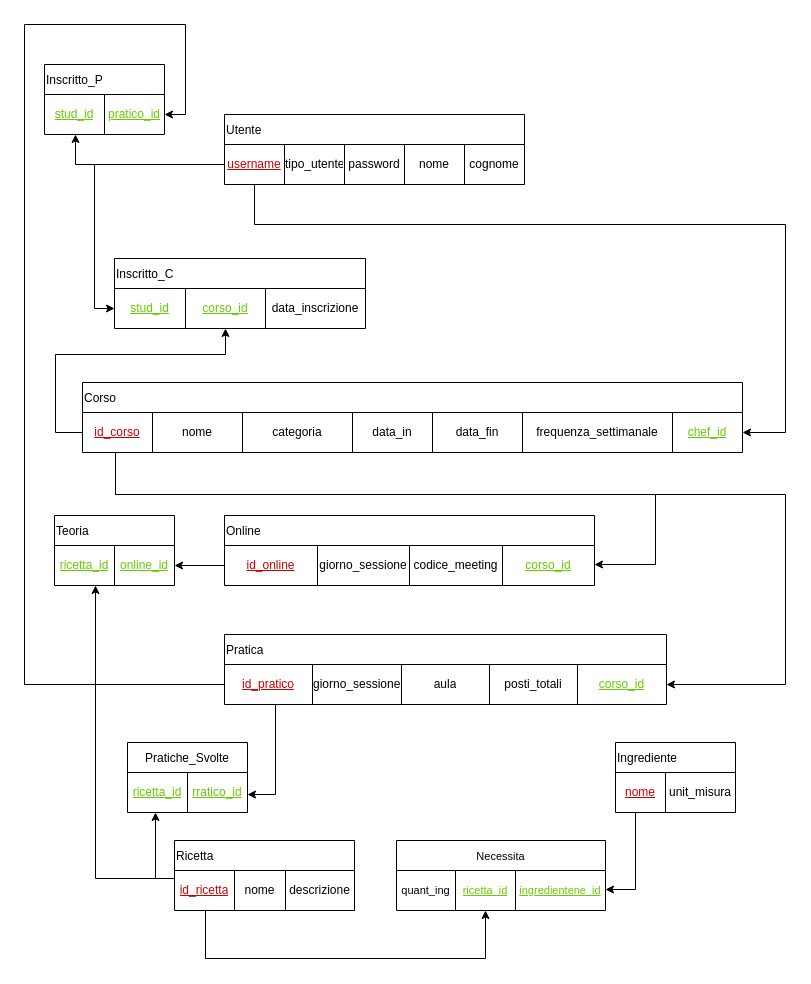
Before: page "Schema logico" (4 of 4) of bdd/uml/UML1.drawio in MetisWastaken/UninaFoodLab, a draw.io diagram. Source tidied: cells renumbered, new cells numbered last; positions are measured from the earlier drawing's top-left corner, leaving out a move shared by most shapes. Both pictures are drawn from the tidied source at 100%, with x=0, y=0 at pixel (24, 24).
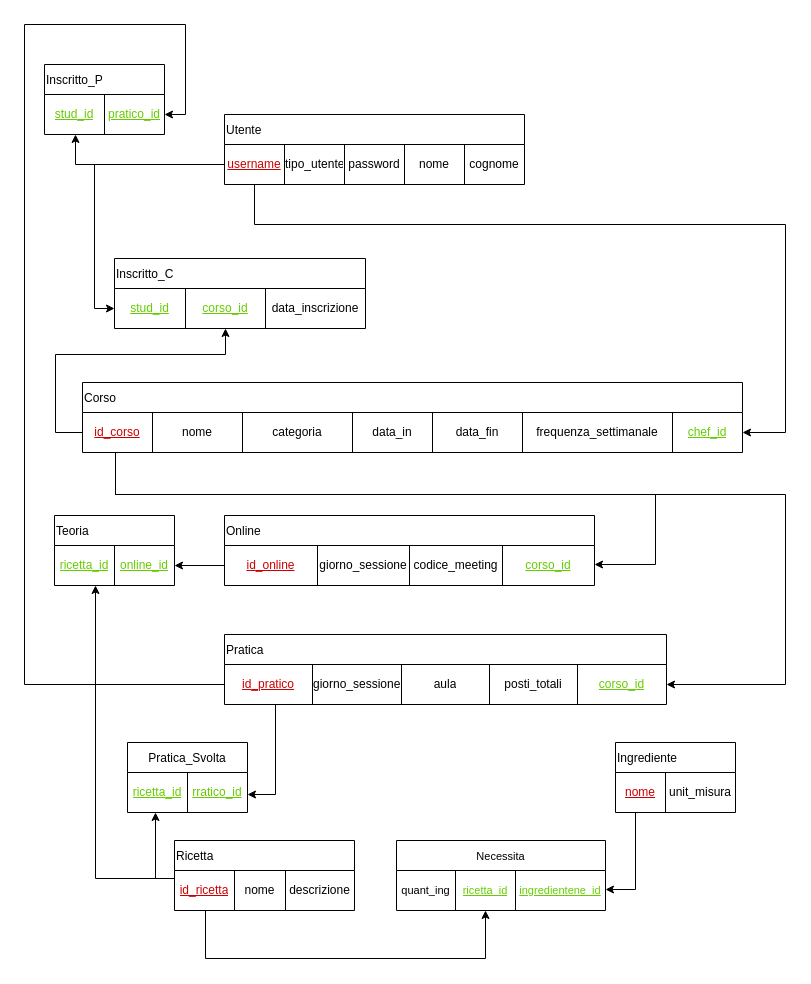
Above is the later version.

Change to the diagram source:
```diff
@@
-    <mxCell id="71" value="Pratiche_Svolte" style="shape=table;startSize=30;childLayout=tableLayout;" parent="1" vertex="1">
+    <mxCell id="71" value="Pratica_Svolta" style="shape=table;startSize=30;childLayout=tableLayout;" parent="1" vertex="1">
       <mxGeometry x="103" y="718" width="120" height="70" as="geometry" />
     </mxCell>
```
